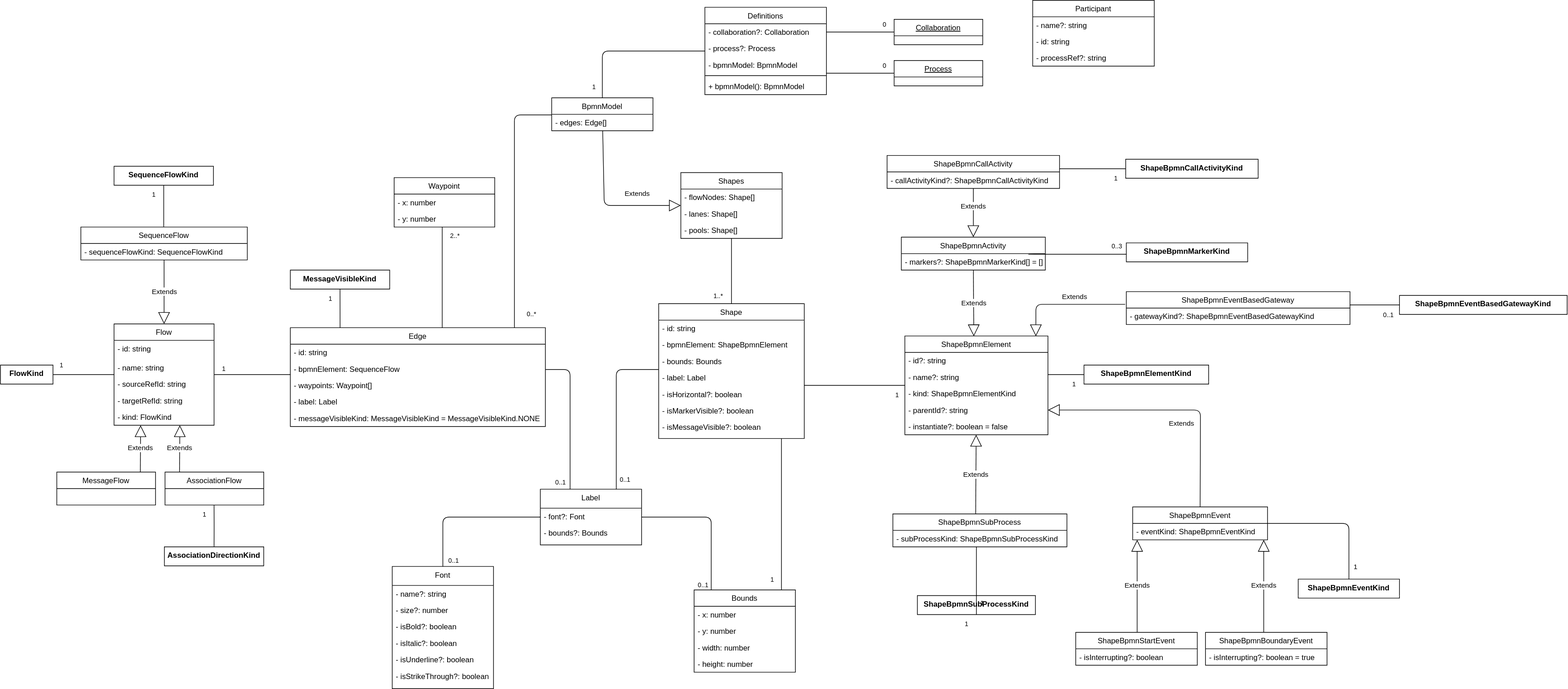
Above: docs/architecture/images/architecture/internal-model.svg in process-analytics/bpmn-visualization-js (draw.io), before the change. Source tidied: cells renumbered, new cells last; positions are measured from the earlier drawing's top-left corner, leaving out a move shared by most shapes.
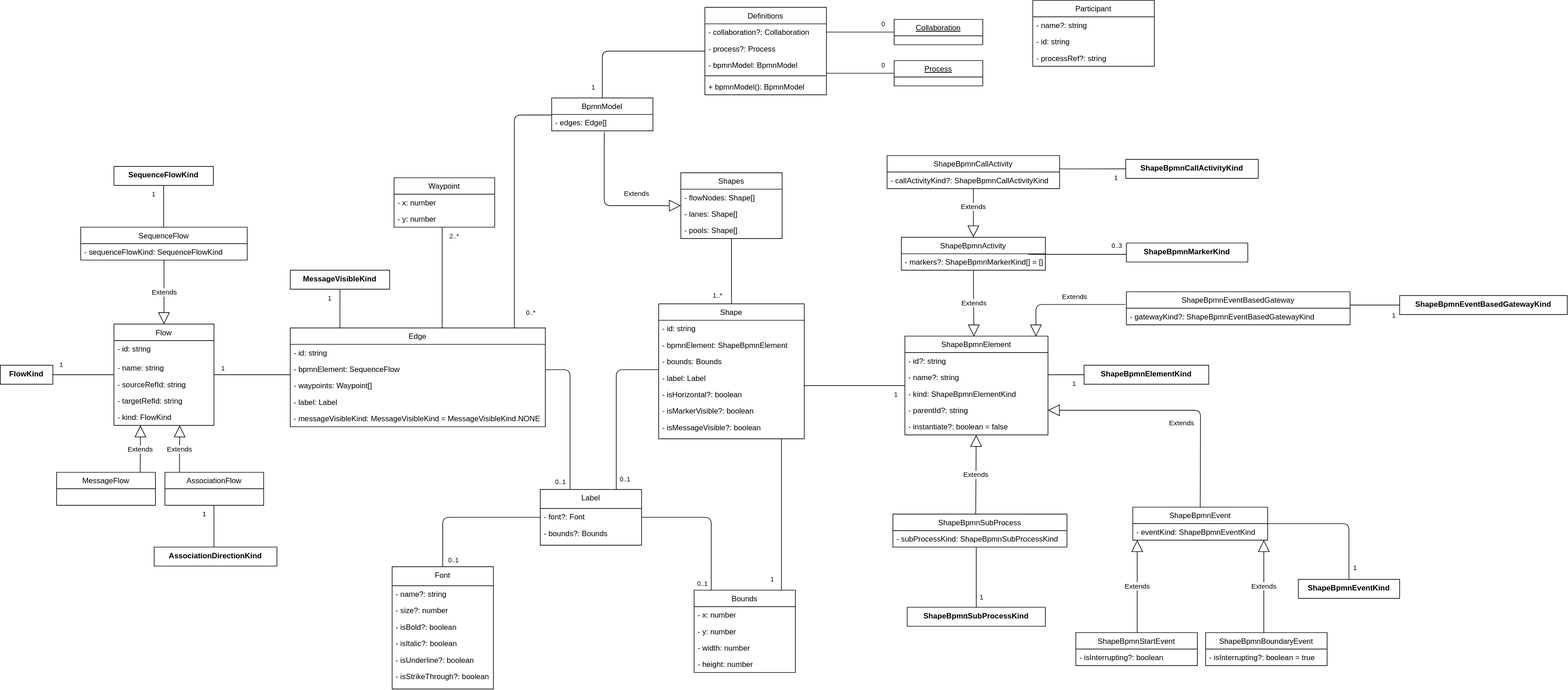
The same file after the commit.

Change to the diagram source:
```diff
@@ -142,7 +142,7 @@
         <mxPoint x="34" y="-16" as="offset" />
       </mxGeometry>
     </mxCell>
-    <mxCell id="27" value="Extends" style="endArrow=block;endSize=16;endFill=0;html=1;shadow=0;" parent="1" edge="1" source="81" target="47">
+    <mxCell id="27" value="Extends" style="endArrow=block;endSize=16;endFill=0;html=1;shadow=0;exitX=0.519;exitY=1.077;exitDx=0;exitDy=0;exitPerimeter=0;" parent="1" edge="1" source="82" target="47">
       <mxGeometry x="0.41" y="19" relative="1" as="geometry">
         <Array as="points">
           <mxPoint x="954" y="324" />
@@ -500,7 +500,7 @@
       </mxGeometry>
     </mxCell>
     <mxCell id="121" value="AssociationDirectionKind" style="swimlane;fontStyle=1;horizontal=1;startSize=26;fillColor=none;swimlaneLine=0;rounded=0;shadow=0;comic=0;glass=0;" parent="1" vertex="1">
-      <mxGeometry x="259" y="863" width="157" height="30" as="geometry" />
+      <mxGeometry x="243" y="863" width="194" height="30" as="geometry" />
     </mxCell>
     <mxCell id="122" style="endArrow=none;html=1;edgeStyle=orthogonalEdgeStyle;shadow=0;" parent="1" edge="1" source="127" target="132">
       <mxGeometry relative="1" as="geometry">
@@ -534,7 +534,7 @@
       <mxGeometry y="26" width="275" height="26" as="geometry" />
     </mxCell>
     <mxCell id="130" value="ShapeBpmnSubProcessKind" style="swimlane;fontStyle=1;horizontal=1;startSize=26;fillColor=none;swimlaneLine=0;rounded=0;shadow=0;comic=0;glass=0;" parent="1" vertex="1">
-      <mxGeometry x="1448.8" y="940" width="186.5" height="30" as="geometry" />
+      <mxGeometry x="1432.6" y="958" width="218.2" height="30" as="geometry" />
     </mxCell>
     <mxCell id="131" value="Extends" style="endArrow=block;endSize=16;endFill=0;html=1;shadow=0;" parent="1" edge="1" source="134" target="132">
       <mxGeometry x="-0.25" relative="1" as="geometry" />
@@ -605,9 +605,9 @@
         </Array>
       </mxGeometry>
     </mxCell>
-    <mxCell id="149" value="0..1" style="html=1;align=left;verticalAlign=bottom;labelBackgroundColor=#ffffff;fontSize=10;shadow=0;" parent="148" vertex="1">
+    <mxCell id="149" value="1" style="html=1;align=left;verticalAlign=bottom;labelBackgroundColor=#ffffff;fontSize=10;shadow=0;" parent="148" vertex="1">
       <mxGeometry x="-1" relative="1" as="geometry">
-        <mxPoint x="-27.1" y="23" as="offset" />
+        <mxPoint x="-13.5" y="24" as="offset" />
       </mxGeometry>
     </mxCell>
     <mxCell id="150" value="Extends" style="endArrow=block;endSize=16;endFill=0;html=1;shadow=0;entryX=0.482;entryY=0.003;entryDx=0;entryDy=0;entryPerimeter=0;" parent="1" edge="1" source="133" target="67">
```
